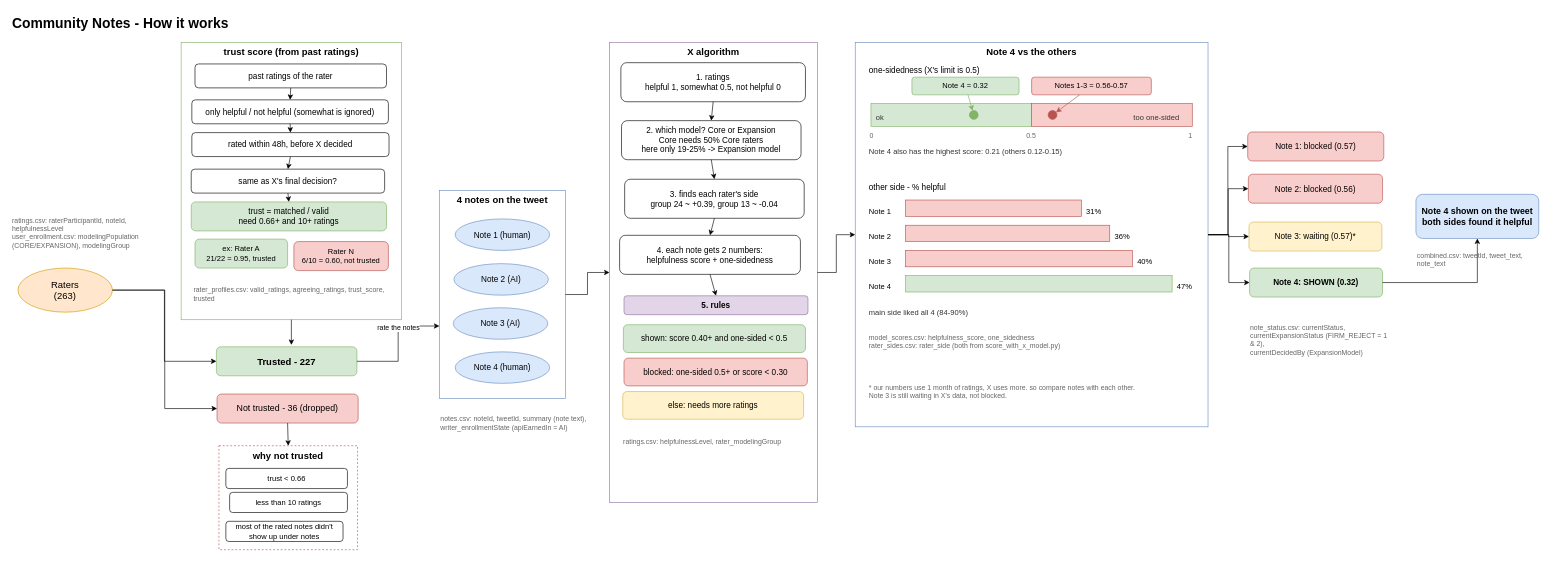
Earlier version of the draw.io diagram page "Why Note 4 was shown" (1 of 3) of Community_Notes_Overview.drawio (Dhanush-0017/community-notes). Source tidied: cells renumbered, new cells numbered last; positions are measured from the earlier drawing's top-left corner, leaving out a move shared by most shapes. Both pictures are drawn from the tidied source at 63%, with x=0, y=0 at pixel (11, 11).
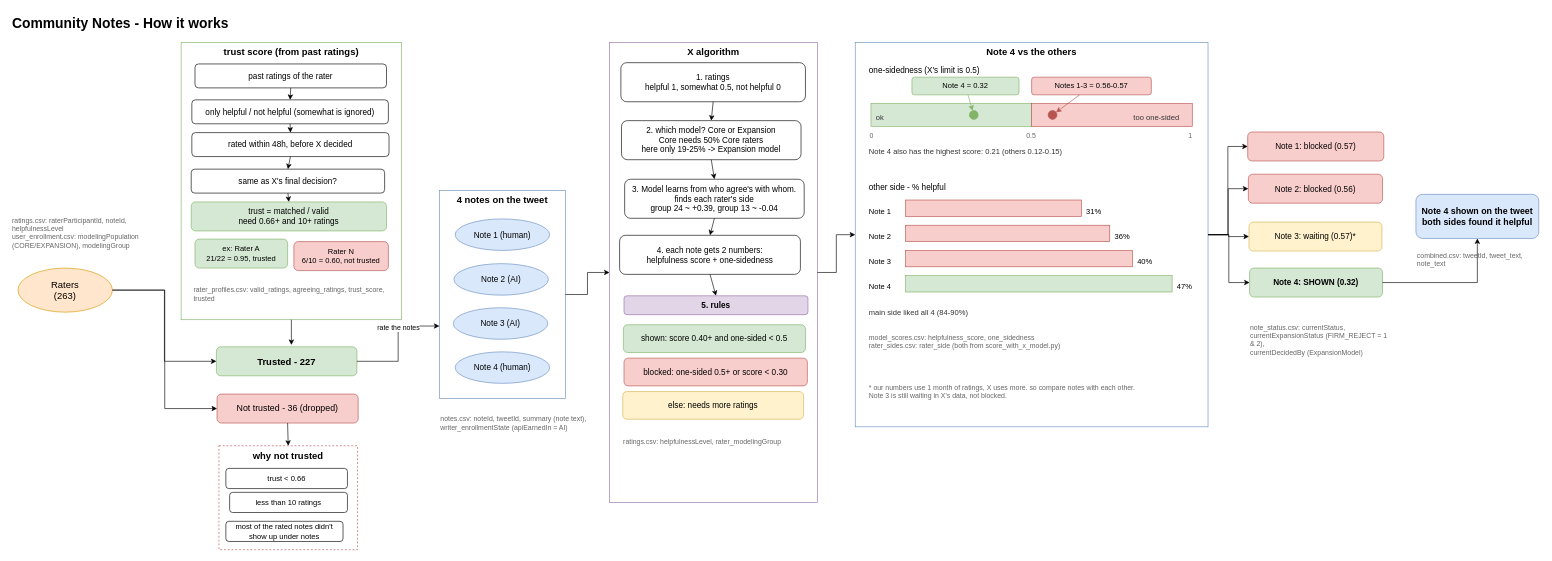
After the change.

What changed in the source:
```diff
@@
-    <mxCell id="38" value="3. finds each rater&amp;#x27;s side&lt;br&gt;group 24 ~ +0.39, group 13 ~ -0.04" style="rounded=1;whiteSpace=wrap;html=1;fillColor=#ffffff;strokeColor=#000000;fontSize=13;" parent="1" vertex="1">
+    <mxCell id="38" value="3. Model learns from who agree's with whom.&lt;br&gt;finds each rater's side&lt;br&gt;group 24 ~ +0.39, group 13 ~ -0.04" style="rounded=1;whiteSpace=wrap;html=1;fillColor=#ffffff;strokeColor=#000000;fontSize=13;" parent="1" vertex="1">
       <mxGeometry x="974" y="267" width="285" height="62" as="geometry" />
     </mxCell>
```
